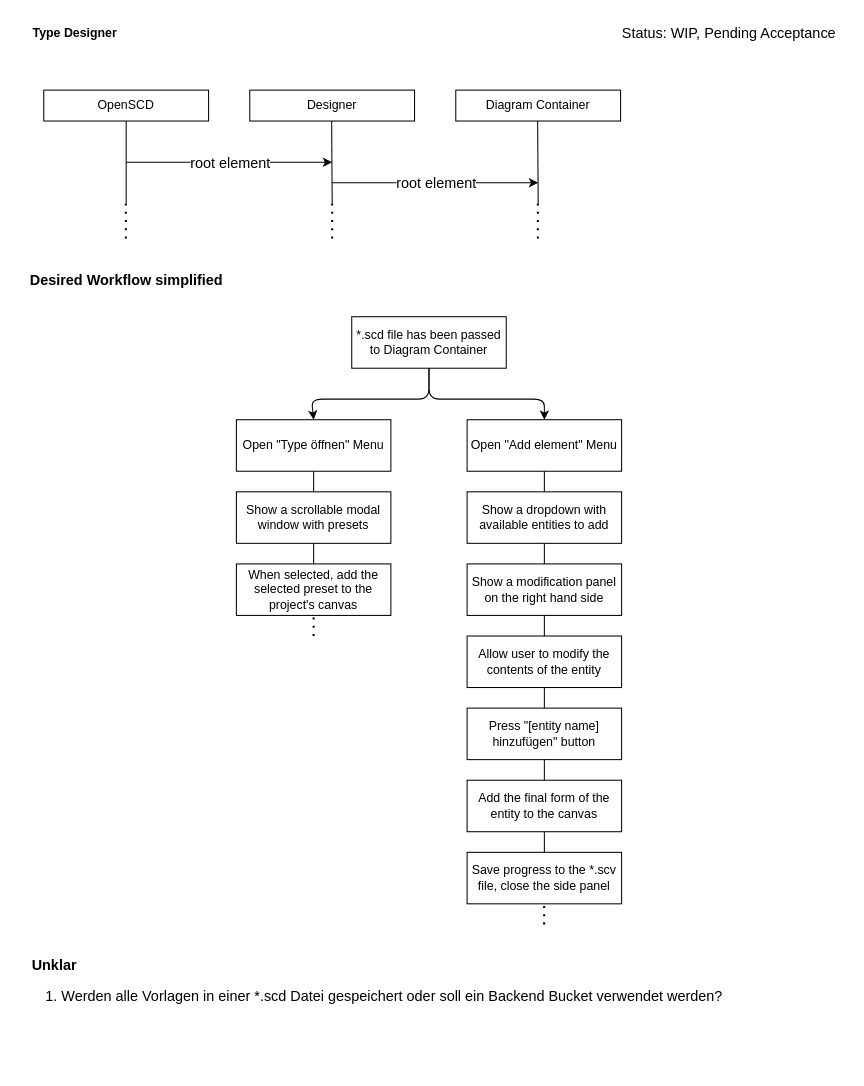
The draw.io diagram packages/uilib/src/lib/plugins/type-designer/type-designer-flow.drawio in sprinteins/oscd-plugins, before the edit. Source tidied: cells renumbered, new cells numbered last; positions are measured from the earlier drawing's top-left corner, leaving out a move shared by most shapes. Both pictures are drawn from the tidied source at 103%, with x=0, y=0 at pixel (18, 18).
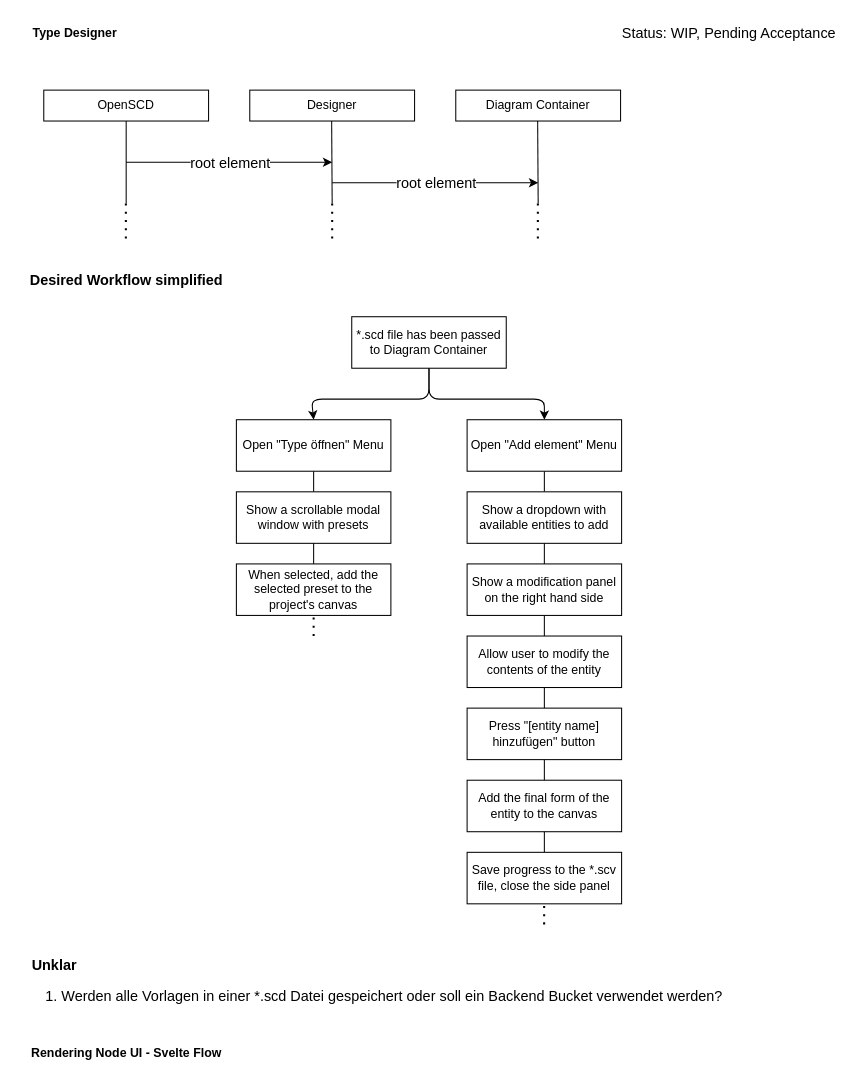
After the change.

Diff of the diagram source:
```diff
@@
+    <mxCell id="43" value="&lt;b&gt;Rendering Node UI - Svelte Flow&lt;/b&gt;" style="text;html=1;align=center;verticalAlign=middle;strokeColor=none;fillColor=none;" parent="1" vertex="1">
+      <mxGeometry y="990" width="210" height="30" as="geometry" />
+    </mxCell>
```
